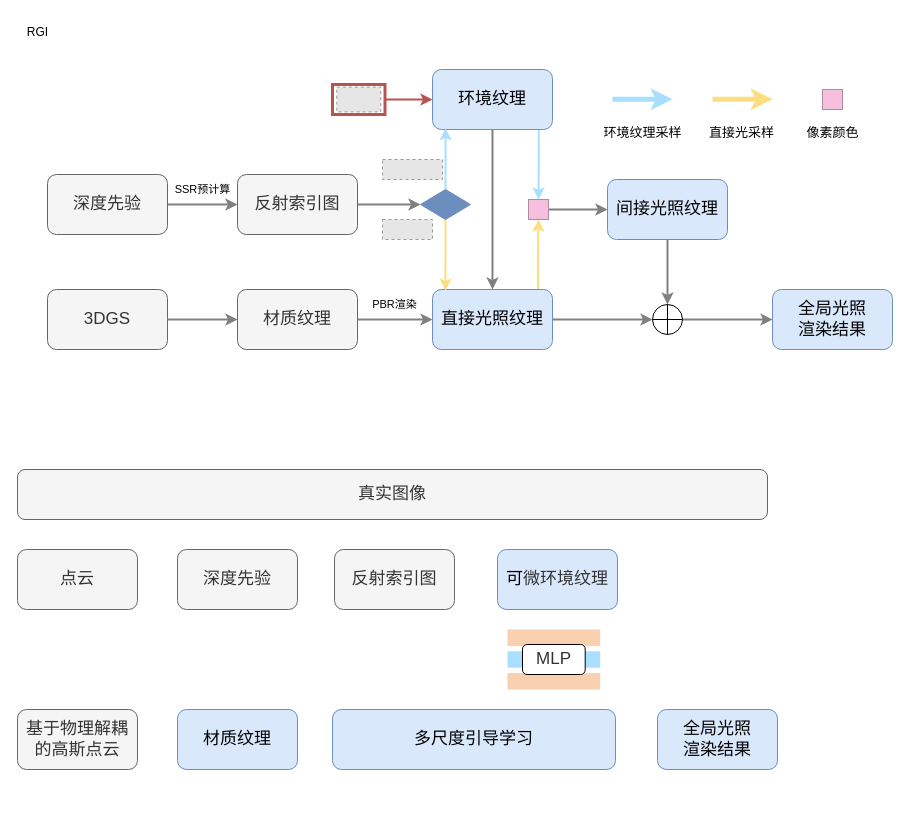
The draw.io diagram mid-term/总体框架（新）.drawio in thEu-suisei/draw_io, before the edit. Source tidied: cells renumbered, new cells numbered last; positions are measured from the earlier drawing's top-left corner, leaving out a move shared by most shapes. Both pictures are drawn from the tidied source at 100%, with x=0, y=0 at pixel (17, 17). Pictures stored in the file or linked from it are replaced by grey dashed boxes.
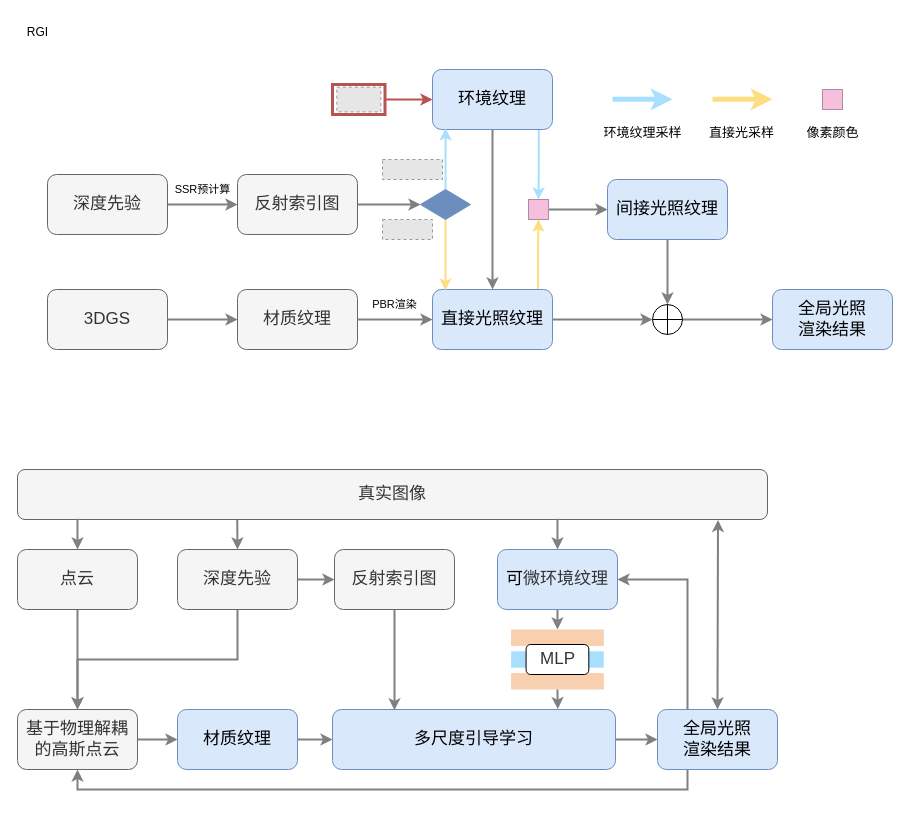
The same page after the edit.

Commit message (it also covers changes not shown here):
更新总体框架（新）.drawio

The change refers to these unchanged cells:
```xml
<mxCell id="42" value="&lt;span style=&quot;font-size: 17px; font-weight: 400;&quot;&gt;真实图像&lt;/span&gt;" style="rounded=1;whiteSpace=wrap;html=1;fillColor=#f5f5f5;fontColor=#333333;strokeColor=#666666;fontStyle=1;" parent="1" vertex="1">
  <mxGeometry y="452" width="750" height="50" as="geometry" />
</mxCell>
<mxCell id="43" value="&lt;span style=&quot;font-size: 17px; font-weight: 400;&quot;&gt;基于物理解耦的高斯点云&lt;/span&gt;" style="rounded=1;whiteSpace=wrap;html=1;fillColor=#f5f5f5;fontColor=#333333;strokeColor=#666666;fontStyle=1;" parent="1" vertex="1">
  <mxGeometry y="692" width="120" height="60" as="geometry" />
</mxCell>
<mxCell id="45" value="&lt;span style=&quot;font-size: 17px; font-weight: 400;&quot;&gt;材质纹理&lt;/span&gt;" style="rounded=1;whiteSpace=wrap;html=1;fillColor=#dae8fc;fontColor=default;strokeColor=#6c8ebf;fontStyle=1;align=center;verticalAlign=middle;fontFamily=Helvetica;fontSize=12;" parent="1" vertex="1">
  <mxGeometry x="160" y="692" width="120" height="60" as="geometry" />
</mxCell>
<mxCell id="46" value="&lt;span style=&quot;font-size: 17px; font-weight: 400;&quot;&gt;全局光照&lt;br&gt;渲染结果&lt;/span&gt;" style="rounded=1;whiteSpace=wrap;html=1;fillColor=#dae8fc;fontColor=default;strokeColor=#6c8ebf;fontStyle=1;align=center;verticalAlign=middle;fontFamily=Helvetica;fontSize=12;" parent="1" vertex="1">
  <mxGeometry x="640" y="692" width="120" height="60" as="geometry" />
</mxCell>
<mxCell id="47" value="&lt;font style=&quot;font-size: 17px;&quot;&gt;多尺度引导学习&lt;/font&gt;" style="rounded=1;whiteSpace=wrap;html=1;fillColor=#dae8fc;strokeColor=#6c8ebf;" parent="1" vertex="1">
  <mxGeometry x="315" y="692" width="283" height="60" as="geometry" />
</mxCell>
<mxCell id="49" style="rounded=0;whiteSpace=wrap;html=1;fillColor=light-dark(#f8cfaf, #ededed);strokeColor=none;gradientColor=none;" parent="48" vertex="1">
  <mxGeometry width="92.7" height="16.4" as="geometry" />
</mxCell>
<mxCell id="50" style="rounded=0;whiteSpace=wrap;html=1;fillColor=light-dark(#f8cfaf, #ededed);strokeColor=none;gradientColor=none;" parent="48" vertex="1">
  <mxGeometry y="43.6" width="92.7" height="16.4" as="geometry" />
</mxCell>
<mxCell id="53" value="&lt;span style=&quot;color: rgb(0, 0, 0); font-size: 17px; font-weight: 400;&quot;&gt;可&lt;/span&gt;&lt;span style=&quot;background-color: transparent; font-size: 17px; font-weight: 400; color: light-dark(rgb(51, 51, 51), rgb(193, 193, 193));&quot;&gt;微&lt;/span&gt;&lt;span style=&quot;background-color: transparent; font-size: 17px; font-weight: 400; color: light-dark(rgb(51, 51, 51), rgb(193, 193, 193));&quot;&gt;环&lt;/span&gt;&lt;span style=&quot;background-color: transparent; font-size: 17px; font-weight: 400; color: light-dark(rgb(51, 51, 51), rgb(193, 193, 193));&quot;&gt;境&lt;/span&gt;&lt;span style=&quot;background-color: transparent; font-size: 17px; font-weight: 400; color: light-dark(rgb(51, 51, 51), rgb(193, 193, 193));&quot;&gt;纹&lt;/span&gt;&lt;span style=&quot;background-color: transparent; font-size: 17px; font-weight: 400; color: light-dark(rgb(51, 51, 51), rgb(193, 193, 193));&quot;&gt;理&lt;/span&gt;" style="rounded=1;whiteSpace=wrap;html=1;fillColor=#dae8fc;fontColor=default;strokeColor=#6c8ebf;fontStyle=1;align=center;verticalAlign=middle;fontFamily=Helvetica;fontSize=12;" parent="1" vertex="1">
  <mxGeometry x="480" y="532" width="120" height="60" as="geometry" />
</mxCell>
<mxCell id="54" value="&lt;span style=&quot;color: rgb(51, 51, 51); font-size: 17px; font-weight: 400;&quot;&gt;反射索引图&lt;/span&gt;" style="rounded=1;whiteSpace=wrap;html=1;fillColor=#f5f5f5;fontColor=#333333;strokeColor=#666666;fontStyle=1;align=center;verticalAlign=middle;fontFamily=Helvetica;fontSize=12;" parent="1" vertex="1">
  <mxGeometry x="317" y="532" width="120" height="60" as="geometry" />
</mxCell>
<mxCell id="55" value="&lt;span style=&quot;color: rgb(51, 51, 51); font-size: 17px; font-weight: 400;&quot;&gt;深度先验&lt;/span&gt;" style="rounded=1;whiteSpace=wrap;html=1;fillColor=#f5f5f5;fontColor=#333333;strokeColor=#666666;fontStyle=1;align=center;verticalAlign=middle;fontFamily=Helvetica;fontSize=12;" parent="1" vertex="1">
  <mxGeometry x="160" y="532" width="120" height="60" as="geometry" />
</mxCell>
<mxCell id="56" value="&lt;span style=&quot;color: rgb(51, 51, 51); font-size: 17px; font-weight: 400;&quot;&gt;点云&lt;/span&gt;" style="rounded=1;whiteSpace=wrap;html=1;fillColor=#f5f5f5;fontColor=#333333;strokeColor=#666666;fontStyle=1;align=center;verticalAlign=middle;fontFamily=Helvetica;fontSize=12;" parent="1" vertex="1">
  <mxGeometry y="532" width="120" height="60" as="geometry" />
</mxCell>
```

The edit, as a diff of the source:
```diff
@@
+    <mxCell id="57" style="edgeStyle=orthogonalEdgeStyle;rounded=0;jettySize=auto;html=1;exitX=1;exitY=0.5;exitDx=0;exitDy=0;strokeColor=#808080;strokeWidth=2;align=center;verticalAlign=middle;fontFamily=Helvetica;fontSize=11;fontColor=default;labelBackgroundColor=default;endArrow=classic;" parent="1" edge="1" source="43" target="45">
+      <mxGeometry relative="1" as="geometry" />
+    </mxCell>
@@
+    <mxCell id="58" style="edgeStyle=orthogonalEdgeStyle;rounded=0;jettySize=auto;html=1;exitX=1;exitY=0.5;exitDx=0;exitDy=0;entryX=0;entryY=0.5;entryDx=0;entryDy=0;strokeColor=#808080;strokeWidth=2;align=center;verticalAlign=middle;fontFamily=Helvetica;fontSize=11;fontColor=default;labelBackgroundColor=default;endArrow=classic;" parent="1" edge="1" source="45" target="47">
+      <mxGeometry relative="1" as="geometry" />
+    </mxCell>
@@
+    <mxCell id="59" style="edgeStyle=orthogonalEdgeStyle;rounded=0;jettySize=auto;html=1;exitX=0.25;exitY=0;exitDx=0;exitDy=0;entryX=1;entryY=0.5;entryDx=0;entryDy=0;strokeColor=#808080;strokeWidth=2;align=center;verticalAlign=middle;fontFamily=Helvetica;fontSize=11;fontColor=default;labelBackgroundColor=default;endArrow=classic;" parent="1" edge="1" source="46" target="53">
+      <mxGeometry relative="1" as="geometry" />
+    </mxCell>
+    <mxCell id="60" style="edgeStyle=orthogonalEdgeStyle;rounded=0;jettySize=auto;html=1;exitX=0.25;exitY=1;exitDx=0;exitDy=0;entryX=0.5;entryY=1;entryDx=0;entryDy=0;strokeColor=#808080;strokeWidth=2;align=center;verticalAlign=middle;fontFamily=Helvetica;fontSize=11;fontColor=default;labelBackgroundColor=default;endArrow=classic;" parent="1" edge="1" source="46" target="43">
+      <mxGeometry relative="1" as="geometry" />
+    </mxCell>
@@
+    <mxCell id="61" style="edgeStyle=orthogonalEdgeStyle;rounded=0;jettySize=auto;html=1;exitX=1;exitY=0.5;exitDx=0;exitDy=0;entryX=0;entryY=0.5;entryDx=0;entryDy=0;strokeColor=#808080;strokeWidth=2;align=center;verticalAlign=middle;fontFamily=Helvetica;fontSize=11;fontColor=default;labelBackgroundColor=default;endArrow=classic;" parent="1" edge="1" source="47" target="46">
+      <mxGeometry relative="1" as="geometry" />
+    </mxCell>
@@
     <mxCell id="48" style="group;" parent="1" vertex="1">
-      <mxGeometry x="490" y="612" width="92.7" height="60" as="geometry" />
+      <mxGeometry x="493.6" y="612" width="92.7" height="60" as="geometry" />
     </mxCell>
@@
+    <mxCell id="62" style="edgeStyle=orthogonalEdgeStyle;rounded=0;jettySize=auto;html=1;exitX=0.5;exitY=1;exitDx=0;exitDy=0;entryX=0.5;entryY=0;entryDx=0;entryDy=0;strokeColor=#808080;strokeWidth=2;align=center;verticalAlign=middle;fontFamily=Helvetica;fontSize=11;fontColor=default;labelBackgroundColor=default;endArrow=classic;" parent="1" edge="1" source="53" target="49">
+      <mxGeometry relative="1" as="geometry" />
+    </mxCell>
@@
+    <mxCell id="63" style="edgeStyle=orthogonalEdgeStyle;rounded=0;jettySize=auto;html=1;exitX=1;exitY=0.5;exitDx=0;exitDy=0;entryX=0;entryY=0.5;entryDx=0;entryDy=0;strokeColor=#808080;strokeWidth=2;align=center;verticalAlign=middle;fontFamily=Helvetica;fontSize=11;fontColor=default;labelBackgroundColor=default;endArrow=classic;" parent="1" edge="1" source="55" target="54">
+      <mxGeometry relative="1" as="geometry" />
+    </mxCell>
+    <mxCell id="64" style="edgeStyle=orthogonalEdgeStyle;rounded=0;jettySize=auto;html=1;exitX=0.5;exitY=1;exitDx=0;exitDy=0;entryX=0.5;entryY=0;entryDx=0;entryDy=0;strokeColor=#808080;strokeWidth=2;align=center;verticalAlign=middle;fontFamily=Helvetica;fontSize=11;fontColor=default;labelBackgroundColor=default;endArrow=classic;" parent="1" edge="1" source="55" target="43">
+      <mxGeometry relative="1" as="geometry" />
+    </mxCell>
@@
+    <mxCell id="65" style="edgeStyle=orthogonalEdgeStyle;rounded=0;jettySize=auto;html=1;exitX=0.5;exitY=1;exitDx=0;exitDy=0;entryX=0.5;entryY=0;entryDx=0;entryDy=0;strokeColor=#808080;strokeWidth=2;align=center;verticalAlign=middle;fontFamily=Helvetica;fontSize=11;fontColor=default;labelBackgroundColor=default;endArrow=classic;" parent="1" edge="1" source="56" target="43">
+      <mxGeometry relative="1" as="geometry" />
+    </mxCell>
@@
+    <mxCell id="66" style="edgeStyle=orthogonalEdgeStyle;rounded=0;jettySize=auto;html=1;exitX=0.08;exitY=0.987;exitDx=0;exitDy=0;entryX=0.5;entryY=0;entryDx=0;entryDy=0;exitPerimeter=0;strokeColor=#808080;strokeWidth=2;align=center;verticalAlign=middle;fontFamily=Helvetica;fontSize=11;fontColor=default;labelBackgroundColor=default;endArrow=classic;" parent="1" edge="1" source="42" target="56">
+      <mxGeometry relative="1" as="geometry" />
+    </mxCell>
+    <mxCell id="67" style="edgeStyle=orthogonalEdgeStyle;rounded=0;jettySize=auto;html=1;exitX=0.293;exitY=1.005;exitDx=0;exitDy=0;entryX=0.5;entryY=0;entryDx=0;entryDy=0;exitPerimeter=0;strokeColor=#808080;strokeWidth=2;align=center;verticalAlign=middle;fontFamily=Helvetica;fontSize=11;fontColor=default;labelBackgroundColor=default;endArrow=classic;" parent="1" edge="1" source="42" target="55">
+      <mxGeometry relative="1" as="geometry" />
+    </mxCell>
+    <mxCell id="68" style="edgeStyle=orthogonalEdgeStyle;rounded=0;jettySize=auto;html=1;exitX=0.72;exitY=0.985;exitDx=0;exitDy=0;entryX=0.5;entryY=0;entryDx=0;entryDy=0;exitPerimeter=0;strokeColor=#808080;strokeWidth=2;align=center;verticalAlign=middle;fontFamily=Helvetica;fontSize=11;fontColor=default;labelBackgroundColor=default;endArrow=classic;" parent="1" edge="1" source="42" target="53">
+      <mxGeometry relative="1" as="geometry" />
+    </mxCell>
+    <mxCell id="69" style="edgeStyle=orthogonalEdgeStyle;rounded=0;jettySize=auto;html=1;exitX=0.5;exitY=1;exitDx=0;exitDy=0;entryX=0.796;entryY=-0.006;entryDx=0;entryDy=0;entryPerimeter=0;strokeColor=#808080;strokeWidth=2;align=center;verticalAlign=middle;fontFamily=Helvetica;fontSize=11;fontColor=default;labelBackgroundColor=default;endArrow=classic;" parent="1" edge="1" source="50" target="47">
+      <mxGeometry relative="1" as="geometry" />
+    </mxCell>
+    <mxCell id="70" style="endArrow=classic;startArrow=classic;html=1;rounded=0;entryX=0.934;entryY=1.009;entryDx=0;entryDy=0;entryPerimeter=0;exitX=0.5;exitY=0;exitDx=0;exitDy=0;strokeColor=#808080;strokeWidth=2;align=center;verticalAlign=middle;fontFamily=Helvetica;fontSize=11;fontColor=default;labelBackgroundColor=default;" parent="1" edge="1" source="46" target="42">
+      <mxGeometry relative="1" as="geometry" />
+    </mxCell>
+    <mxCell id="71" style="edgeStyle=orthogonalEdgeStyle;rounded=0;jettySize=auto;html=1;exitX=0.5;exitY=1;exitDx=0;exitDy=0;entryX=0.219;entryY=0.014;entryDx=0;entryDy=0;entryPerimeter=0;strokeColor=#808080;strokeWidth=2;align=center;verticalAlign=middle;fontFamily=Helvetica;fontSize=11;fontColor=default;labelBackgroundColor=default;endArrow=classic;" parent="1" edge="1" source="54" target="47">
+      <mxGeometry relative="1" as="geometry" />
+    </mxCell>
```
